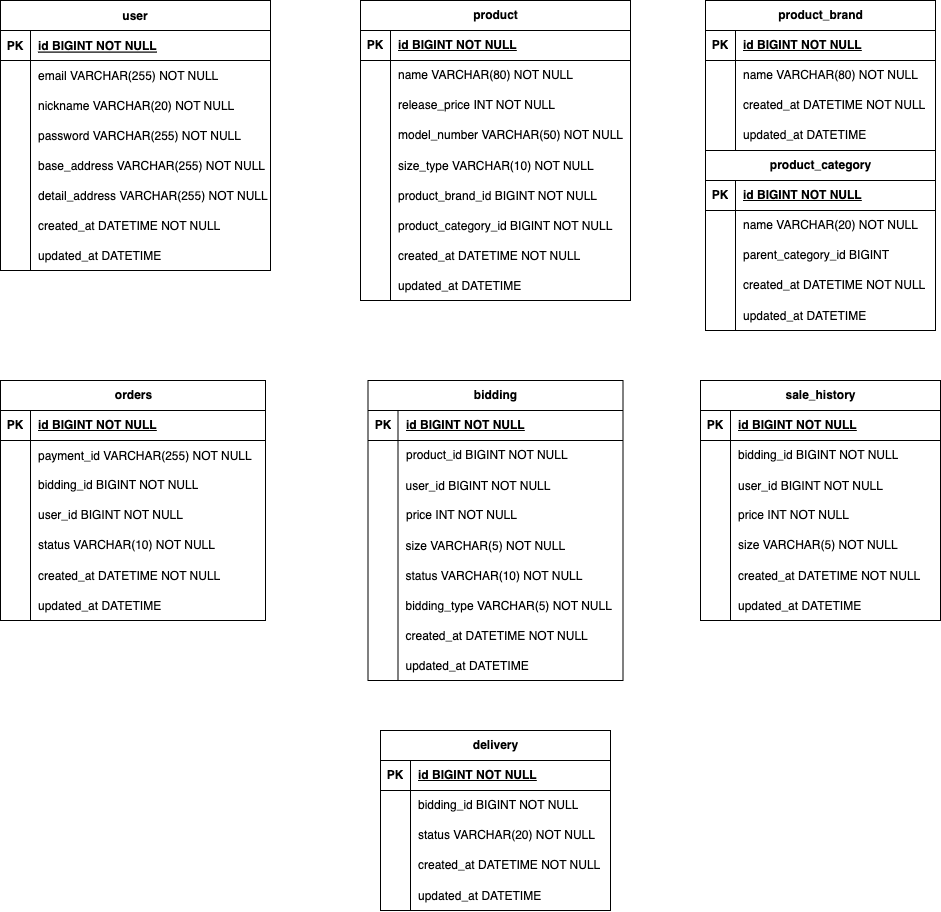
This is erd.png from teamhide/kream, a draw.io export, as it was before one commit. Source tidied: cells renumbered, new cells last; positions are measured from the earlier drawing's top-left corner, leaving out a move shared by most shapes.
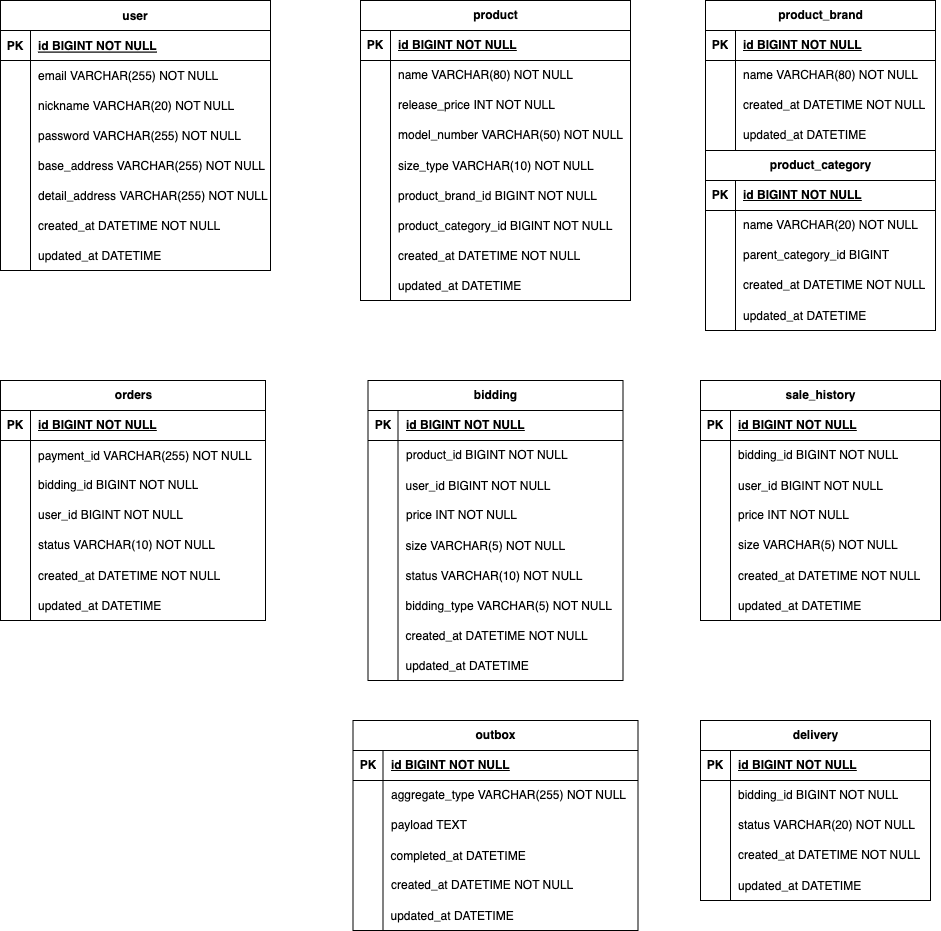
The same file after the commit.

Diff of the diagram source:
```diff
@@ -399,7 +399,7 @@
       <mxGeometry x="30" width="210" height="30" as="geometry" />
     </mxCell>
     <mxCell id="134" value="delivery" style="shape=table;startSize=30;rowLines=0;fontStyle=1;align=center;html=1;" parent="1" vertex="1">
-      <mxGeometry x="380" y="730" width="230" height="180" as="geometry" />
+      <mxGeometry x="700" y="720" width="230" height="180" as="geometry" />
     </mxCell>
     <mxCell id="135" style="shape=tableRow;horizontal=0;startSize=0;swimlaneHead=0;swimlaneBody=0;fillColor=none;top=0;left=0;right=0;bottom=1;" parent="134" vertex="1">
       <mxGeometry y="30" width="230" height="30" as="geometry" />
@@ -512,5 +512,62 @@
     <mxCell id="171" value="updated_at DATETIME" style="shape=partialRectangle;fillColor=none;top=0;left=0;bottom=0;right=0;align=left;spacingLeft=6;overflow=hidden;" parent="169" vertex="1">
       <mxGeometry x="30" width="235" height="30" as="geometry" />
     </mxCell>
+    <mxCell id="172" value="outbox" style="shape=table;startSize=30;rowLines=0;fontStyle=1;align=center;html=1;" parent="1" vertex="1">
+      <mxGeometry x="352.5" y="720" width="285" height="210" as="geometry" />
+    </mxCell>
+    <mxCell id="173" style="shape=tableRow;horizontal=0;startSize=0;swimlaneHead=0;swimlaneBody=0;fillColor=none;top=0;left=0;right=0;bottom=1;" parent="172" vertex="1">
+      <mxGeometry y="30" width="285" height="30" as="geometry" />
+    </mxCell>
+    <mxCell id="174" value="PK" style="shape=partialRectangle;fillColor=none;top=0;left=0;bottom=0;right=0;fontStyle=1;overflow=hidden;whiteSpace=wrap;html=1;" parent="173" vertex="1">
+      <mxGeometry width="30" height="30" as="geometry" />
+    </mxCell>
+    <mxCell id="175" value="id BIGINT NOT NULL" style="shape=partialRectangle;fillColor=none;top=0;left=0;bottom=0;right=0;align=left;spacingLeft=6;fontStyle=5;overflow=hidden;whiteSpace=wrap;html=1;" parent="173" vertex="1">
+      <mxGeometry x="30" width="255" height="30" as="geometry" />
+    </mxCell>
+    <mxCell id="176" style="shape=tableRow;horizontal=0;startSize=0;swimlaneHead=0;swimlaneBody=0;fillColor=none;top=0;left=0;right=0;bottom=0;" parent="172" vertex="1">
+      <mxGeometry y="60" width="285" height="30" as="geometry" />
+    </mxCell>
+    <mxCell id="177" style="shape=partialRectangle;fillColor=none;top=0;left=0;bottom=0;right=0;overflow=hidden;whiteSpace=wrap;html=1;" parent="176" vertex="1">
+      <mxGeometry width="30" height="30" as="geometry" />
+    </mxCell>
+    <mxCell id="178" value="aggregate_type VARCHAR(255) NOT NULL" style="shape=partialRectangle;fillColor=none;top=0;left=0;bottom=0;right=0;align=left;spacingLeft=6;overflow=hidden;whiteSpace=wrap;html=1;" parent="176" vertex="1">
+      <mxGeometry x="30" width="255" height="30" as="geometry" />
+    </mxCell>
+    <mxCell id="179" style="shape=tableRow;horizontal=0;startSize=0;swimlaneHead=0;swimlaneBody=0;fillColor=none;top=0;left=0;right=0;bottom=0;" parent="172" vertex="1">
+      <mxGeometry y="90" width="285" height="30" as="geometry" />
+    </mxCell>
+    <mxCell id="180" style="shape=partialRectangle;fillColor=none;top=0;left=0;bottom=0;right=0;overflow=hidden;whiteSpace=wrap;html=1;" parent="179" vertex="1">
+      <mxGeometry width="30" height="30" as="geometry" />
+    </mxCell>
+    <mxCell id="181" value="payload TEXT" style="shape=partialRectangle;fillColor=none;top=0;left=0;bottom=0;right=0;align=left;spacingLeft=6;overflow=hidden;whiteSpace=wrap;html=1;" parent="179" vertex="1">
+      <mxGeometry x="30" width="255" height="30" as="geometry" />
+    </mxCell>
+    <mxCell id="182" style="shape=tableRow;horizontal=0;startSize=0;swimlaneHead=0;swimlaneBody=0;fillColor=none;top=0;left=0;right=0;bottom=0;" parent="172" vertex="1">
+      <mxGeometry y="120" width="285" height="30" as="geometry" />
+    </mxCell>
+    <mxCell id="183" style="shape=partialRectangle;fillColor=none;top=0;left=0;bottom=0;right=0;overflow=hidden;" parent="182" vertex="1">
+      <mxGeometry width="30" height="30" as="geometry" />
+    </mxCell>
+    <mxCell id="184" value="completed_at DATETIME" style="shape=partialRectangle;fillColor=none;top=0;left=0;bottom=0;right=0;align=left;spacingLeft=6;overflow=hidden;" parent="182" vertex="1">
+      <mxGeometry x="30" width="255" height="30" as="geometry" />
+    </mxCell>
+    <mxCell id="185" style="shape=tableRow;horizontal=0;startSize=0;swimlaneHead=0;swimlaneBody=0;fillColor=none;top=0;left=0;right=0;bottom=0;" parent="172" vertex="1">
+      <mxGeometry y="150" width="285" height="30" as="geometry" />
+    </mxCell>
+    <mxCell id="186" style="shape=partialRectangle;fillColor=none;top=0;left=0;bottom=0;right=0;overflow=hidden;whiteSpace=wrap;html=1;" parent="185" vertex="1">
+      <mxGeometry width="30" height="30" as="geometry" />
+    </mxCell>
+    <mxCell id="187" value="created_at DATETIME NOT NULL" style="shape=partialRectangle;fillColor=none;top=0;left=0;bottom=0;right=0;align=left;spacingLeft=6;overflow=hidden;whiteSpace=wrap;html=1;" parent="185" vertex="1">
+      <mxGeometry x="30" width="255" height="30" as="geometry" />
+    </mxCell>
+    <mxCell id="188" style="shape=tableRow;horizontal=0;startSize=0;swimlaneHead=0;swimlaneBody=0;fillColor=none;top=0;left=0;right=0;bottom=0;" parent="172" vertex="1">
+      <mxGeometry y="180" width="285" height="30" as="geometry" />
+    </mxCell>
+    <mxCell id="189" style="shape=partialRectangle;fillColor=none;top=0;left=0;bottom=0;right=0;overflow=hidden;" parent="188" vertex="1">
+      <mxGeometry width="30" height="30" as="geometry" />
+    </mxCell>
+    <mxCell id="190" value="updated_at DATETIME" style="shape=partialRectangle;fillColor=none;top=0;left=0;bottom=0;right=0;align=left;spacingLeft=6;overflow=hidden;" parent="188" vertex="1">
+      <mxGeometry x="30" width="255" height="30" as="geometry" />
+    </mxCell>
   </root>
 </mxGraphModel>
```
